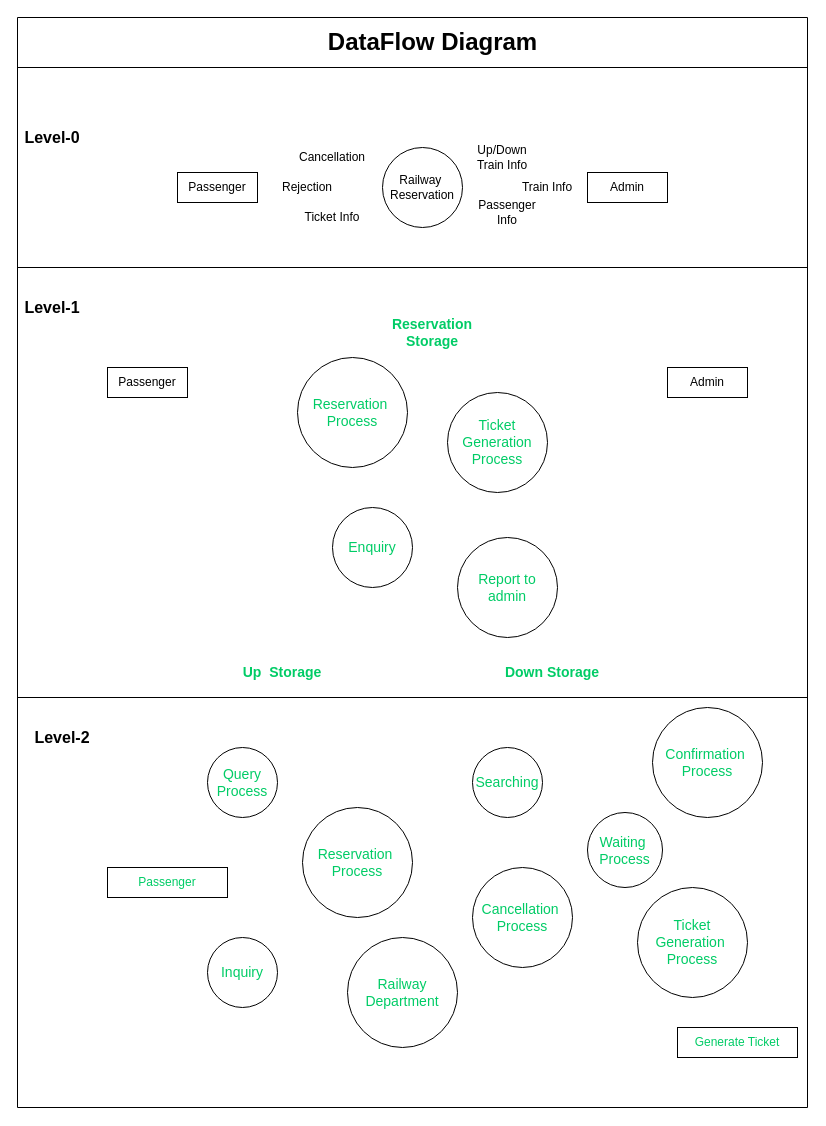
The draw.io diagram Diagrams/Data flow Dig/DataFlowDiagram.drawio in atharvagangrade10/Draw.io, before the edit. Source tidied: cells renumbered, new cells numbered last; positions are measured from the earlier drawing's top-left corner, leaving out a move shared by most shapes. Both pictures are drawn from the tidied source at 100%, with x=0, y=0 at pixel (17, 17).
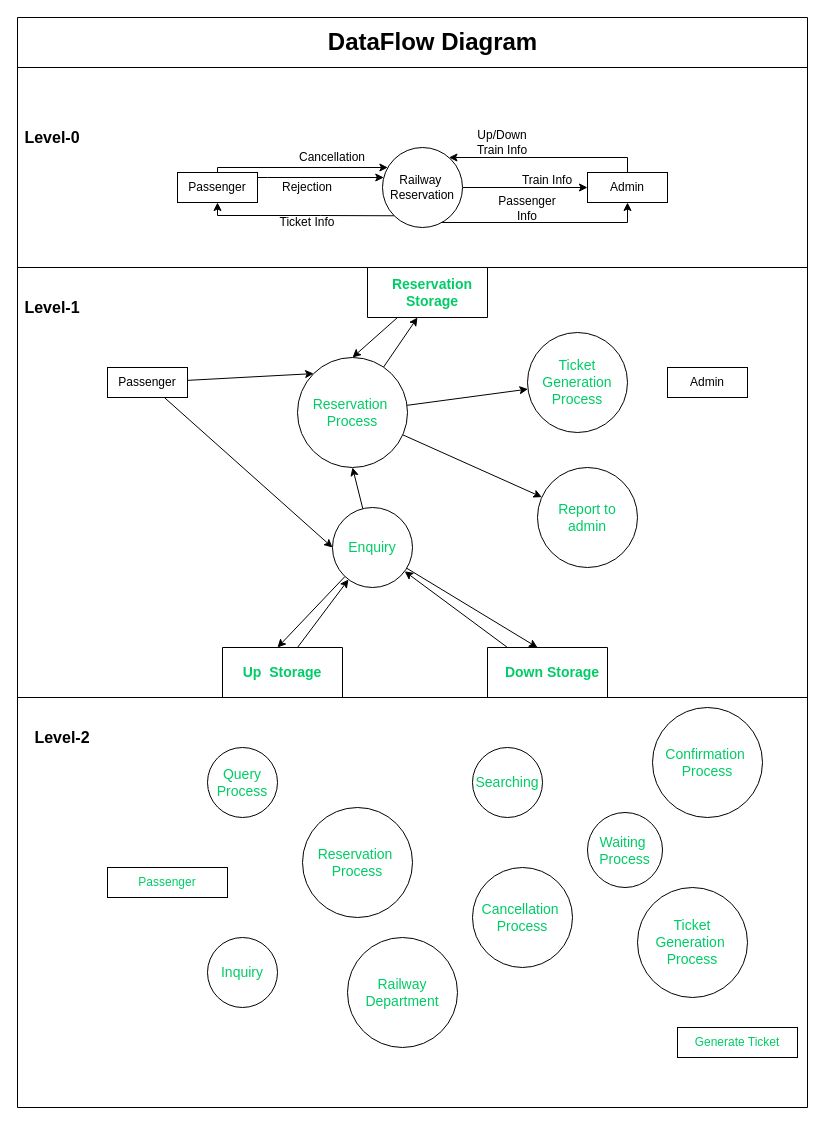
Above is the later version.

The change refers to these unchanged cells:
```xml
<mxCell id="4" value="Passenger" style="rounded=0;whiteSpace=wrap;html=1;" parent="1" vertex="1">
  <mxGeometry x="160" y="155" width="80" height="30" as="geometry" />
</mxCell>
<mxCell id="5" value="Railway&amp;nbsp;&lt;br&gt;Reservation" style="ellipse;whiteSpace=wrap;html=1;" parent="1" vertex="1">
  <mxGeometry x="365" y="130" width="80" height="80" as="geometry" />
</mxCell>
<mxCell id="6" value="Admin" style="rounded=0;whiteSpace=wrap;html=1;" parent="1" vertex="1">
  <mxGeometry x="570" y="155" width="80" height="30" as="geometry" />
</mxCell>
<mxCell id="15" value="Passenger" style="rounded=0;whiteSpace=wrap;html=1;" parent="1" vertex="1">
  <mxGeometry x="90" y="350" width="80" height="30" as="geometry" />
</mxCell>
<mxCell id="18" value="&lt;font color=&quot;#00cc66&quot;&gt;&lt;span style=&quot;font-size: 14px&quot;&gt;Enquiry&lt;/span&gt;&lt;/font&gt;" style="ellipse;whiteSpace=wrap;html=1;" parent="1" vertex="1">
  <mxGeometry x="315" y="490" width="80" height="80" as="geometry" />
</mxCell>
<mxCell id="19" value="&lt;font color=&quot;#00cc66&quot; style=&quot;font-size: 14px&quot;&gt;Reservation&amp;nbsp;&lt;br&gt;Process&lt;/font&gt;" style="ellipse;whiteSpace=wrap;html=1;" parent="1" vertex="1">
  <mxGeometry x="280" y="340" width="110" height="110" as="geometry" />
</mxCell>
```

Change to the diagram source:
```diff
@@
+    <mxCell id="44" style="edgeStyle=orthogonalEdgeStyle;rounded=0;jettySize=auto;html=1;exitX=0.5;exitY=0;exitDx=0;exitDy=0;" parent="1" edge="1" source="4" target="5">
+      <mxGeometry relative="1" as="geometry">
+        <Array as="points">
+          <mxPoint x="200" y="150" />
+        </Array>
+      </mxGeometry>
+    </mxCell>
+    <mxCell id="45" style="edgeStyle=orthogonalEdgeStyle;rounded=0;jettySize=auto;html=1;startArrow=none;startFill=0;" parent="1" edge="1" source="4" target="5">
+      <mxGeometry relative="1" as="geometry">
+        <Array as="points">
+          <mxPoint x="250" y="160" />
+          <mxPoint x="250" y="160" />
+        </Array>
+      </mxGeometry>
+    </mxCell>
+    <mxCell id="46" style="edgeStyle=orthogonalEdgeStyle;rounded=0;jettySize=auto;html=1;entryX=0;entryY=1;entryDx=0;entryDy=0;startArrow=classic;startFill=1;endArrow=none;endFill=0;" parent="1" edge="1" source="4" target="5">
+      <mxGeometry relative="1" as="geometry">
+        <Array as="points">
+          <mxPoint x="200" y="198" />
+          <mxPoint x="303" y="198" />
+        </Array>
+      </mxGeometry>
+    </mxCell>
@@
+    <mxCell id="47" style="edgeStyle=orthogonalEdgeStyle;rounded=0;jettySize=auto;html=1;startArrow=none;startFill=0;endArrow=classic;endFill=1;" parent="1" edge="1" source="5" target="6">
+      <mxGeometry relative="1" as="geometry" />
+    </mxCell>
+    <mxCell id="48" style="edgeStyle=orthogonalEdgeStyle;rounded=0;jettySize=auto;html=1;entryX=0.5;entryY=1;entryDx=0;entryDy=0;startArrow=none;startFill=0;endArrow=classic;endFill=1;" parent="1" edge="1" source="5" target="6">
+      <mxGeometry relative="1" as="geometry">
+        <Array as="points">
+          <mxPoint x="610" y="205" />
+        </Array>
+      </mxGeometry>
+    </mxCell>
+    <mxCell id="49" style="edgeStyle=orthogonalEdgeStyle;rounded=0;jettySize=auto;html=1;entryX=0.5;entryY=0;entryDx=0;entryDy=0;startArrow=classic;startFill=1;endArrow=none;endFill=0;" parent="1" edge="1" source="5" target="6">
+      <mxGeometry relative="1" as="geometry">
+        <Array as="points">
+          <mxPoint x="610" y="140" />
+        </Array>
+      </mxGeometry>
+    </mxCell>
@@
     <mxCell id="9" value="Ticket Info" style="text;html=1;strokeColor=none;fillColor=none;align=center;verticalAlign=middle;whiteSpace=wrap;rounded=0;" parent="1" vertex="1">
-      <mxGeometry x="275" y="184.5" width="80" height="30" as="geometry" />
+      <mxGeometry x="250" y="190" width="80" height="30" as="geometry" />
     </mxCell>
@@
     <mxCell id="11" value="Up/Down Train Info" style="text;html=1;strokeColor=none;fillColor=none;align=center;verticalAlign=middle;whiteSpace=wrap;rounded=0;" parent="1" vertex="1">
-      <mxGeometry x="445" y="124.5" width="80" height="30" as="geometry" />
+      <mxGeometry x="445" y="109.5" width="80" height="30" as="geometry" />
     </mxCell>
     <mxCell id="12" value="Train Info" style="text;html=1;strokeColor=none;fillColor=none;align=center;verticalAlign=middle;whiteSpace=wrap;rounded=0;" parent="1" vertex="1">
-      <mxGeometry x="490" y="155" width="80" height="30" as="geometry" />
+      <mxGeometry x="490" y="148" width="80" height="30" as="geometry" />
     </mxCell>
     <mxCell id="13" value="Passenger Info" style="text;html=1;strokeColor=none;fillColor=none;align=center;verticalAlign=middle;whiteSpace=wrap;rounded=0;" parent="1" vertex="1">
-      <mxGeometry x="450" y="180" width="80" height="30" as="geometry" />
+      <mxGeometry x="470" y="176" width="80" height="30" as="geometry" />
     </mxCell>
@@
+    <mxCell id="50" style="edgeStyle=none;rounded=0;jettySize=auto;html=1;entryX=0;entryY=0;entryDx=0;entryDy=0;startArrow=none;startFill=0;endArrow=classic;endFill=1;" parent="1" edge="1" source="15" target="19">
+      <mxGeometry relative="1" as="geometry" />
+    </mxCell>
+    <mxCell id="51" style="edgeStyle=none;rounded=0;jettySize=auto;html=1;entryX=0;entryY=0.5;entryDx=0;entryDy=0;startArrow=none;startFill=0;endArrow=classic;endFill=1;" parent="1" edge="1" source="15" target="18">
+      <mxGeometry relative="1" as="geometry" />
+    </mxCell>
@@
+    <mxCell id="52" style="edgeStyle=none;rounded=0;jettySize=auto;html=1;entryX=0.5;entryY=1;entryDx=0;entryDy=0;startArrow=none;startFill=0;endArrow=classic;endFill=1;" parent="1" edge="1" source="18" target="19">
+      <mxGeometry relative="1" as="geometry" />
+    </mxCell>
+    <mxCell id="53" style="edgeStyle=none;rounded=0;jettySize=auto;html=1;startArrow=none;startFill=0;endArrow=classic;endFill=1;" parent="1" edge="1" source="18">
+      <mxGeometry relative="1" as="geometry">
+        <mxPoint x="260" y="630" as="targetPoint" />
+      </mxGeometry>
+    </mxCell>
+    <mxCell id="54" style="edgeStyle=none;rounded=0;jettySize=auto;html=1;startArrow=classic;startFill=1;endArrow=none;endFill=0;" parent="1" edge="1" source="18">
+      <mxGeometry relative="1" as="geometry">
+        <mxPoint x="280" y="630" as="targetPoint" />
+      </mxGeometry>
+    </mxCell>
+    <mxCell id="55" style="edgeStyle=none;rounded=0;jettySize=auto;html=1;startArrow=classic;startFill=1;endArrow=none;endFill=0;" parent="1" edge="1" source="18">
+      <mxGeometry relative="1" as="geometry">
+        <mxPoint x="490" y="630" as="targetPoint" />
+      </mxGeometry>
+    </mxCell>
+    <mxCell id="56" style="edgeStyle=none;rounded=0;jettySize=auto;html=1;startArrow=none;startFill=0;endArrow=classic;endFill=1;" parent="1" edge="1" source="18">
+      <mxGeometry relative="1" as="geometry">
+        <mxPoint x="520" y="630" as="targetPoint" />
+      </mxGeometry>
+    </mxCell>
@@
+    <mxCell id="57" style="rounded=0;jettySize=auto;html=1;startArrow=none;startFill=0;endArrow=classic;endFill=1;" parent="1" edge="1" source="19">
+      <mxGeometry relative="1" as="geometry">
+        <mxPoint x="400" y="300" as="targetPoint" />
+      </mxGeometry>
+    </mxCell>
+    <mxCell id="58" style="edgeStyle=none;rounded=0;jettySize=auto;html=1;startArrow=classic;startFill=1;endArrow=none;endFill=0;exitX=0.5;exitY=0;exitDx=0;exitDy=0;" parent="1" edge="1" source="19">
+      <mxGeometry relative="1" as="geometry">
+        <mxPoint x="380" y="300" as="targetPoint" />
+      </mxGeometry>
+    </mxCell>
+    <mxCell id="59" style="edgeStyle=none;rounded=0;jettySize=auto;html=1;startArrow=none;startFill=0;endArrow=classic;endFill=1;" parent="1" edge="1" source="19" target="20">
+      <mxGeometry relative="1" as="geometry" />
+    </mxCell>
+    <mxCell id="60" style="edgeStyle=none;rounded=0;jettySize=auto;html=1;startArrow=none;startFill=0;endArrow=classic;endFill=1;" parent="1" edge="1" source="19" target="21">
+      <mxGeometry relative="1" as="geometry" />
+    </mxCell>
@@
     <mxCell id="20" value="&lt;font color=&quot;#00cc66&quot;&gt;&lt;span style=&quot;font-size: 14px&quot;&gt;Ticket Generation Process&lt;/span&gt;&lt;/font&gt;" style="ellipse;whiteSpace=wrap;html=1;" parent="1" vertex="1">
-      <mxGeometry x="430" y="375" width="100" height="100" as="geometry" />
+      <mxGeometry x="510" y="315" width="100" height="100" as="geometry" />
     </mxCell>
     <mxCell id="21" value="&lt;font color=&quot;#00cc66&quot;&gt;&lt;span style=&quot;font-size: 14px&quot;&gt;Report to admin&lt;/span&gt;&lt;/font&gt;" style="ellipse;whiteSpace=wrap;html=1;" parent="1" vertex="1">
-      <mxGeometry x="440" y="520" width="100" height="100" as="geometry" />
+      <mxGeometry x="520" y="450" width="100" height="100" as="geometry" />
     </mxCell>
     <mxCell id="22" value="&lt;b&gt;&lt;font color=&quot;#00cc66&quot; style=&quot;font-size: 14px&quot;&gt;Reservation Storage&lt;/font&gt;&lt;/b&gt;" style="text;html=1;strokeColor=none;fillColor=none;align=center;verticalAlign=middle;whiteSpace=wrap;rounded=0;" parent="1" vertex="1">
-      <mxGeometry x="360" y="300" width="110" height="30" as="geometry" />
+      <mxGeometry x="360" y="260" width="110" height="30" as="geometry" />
     </mxCell>
@@
+    <mxCell id="61" style="endArrow=none;html=1;rounded=0;" parent="1" edge="1">
+      <mxGeometry relative="1" as="geometry">
+        <mxPoint x="350" y="300" as="sourcePoint" />
+        <mxPoint x="350" y="300" as="targetPoint" />
+        <Array as="points">
+          <mxPoint x="470" y="300" />
+          <mxPoint x="470" y="250" />
+          <mxPoint x="350" y="250" />
+        </Array>
+      </mxGeometry>
+    </mxCell>
+    <mxCell id="62" style="endArrow=none;html=1;rounded=0;" parent="1" edge="1">
+      <mxGeometry relative="1" as="geometry">
+        <mxPoint x="470" y="680" as="sourcePoint" />
+        <mxPoint x="470" y="680" as="targetPoint" />
+        <Array as="points">
+          <mxPoint x="590" y="680" />
+          <mxPoint x="590" y="630" />
+          <mxPoint x="470" y="630" />
+        </Array>
+      </mxGeometry>
+    </mxCell>
+    <mxCell id="63" style="endArrow=none;html=1;rounded=0;" parent="1" edge="1">
+      <mxGeometry relative="1" as="geometry">
+        <mxPoint x="205" y="680" as="sourcePoint" />
+        <mxPoint x="205" y="680" as="targetPoint" />
+        <Array as="points">
+          <mxPoint x="325" y="680" />
+          <mxPoint x="325" y="630" />
+          <mxPoint x="205" y="630" />
+        </Array>
+      </mxGeometry>
+    </mxCell>
```
